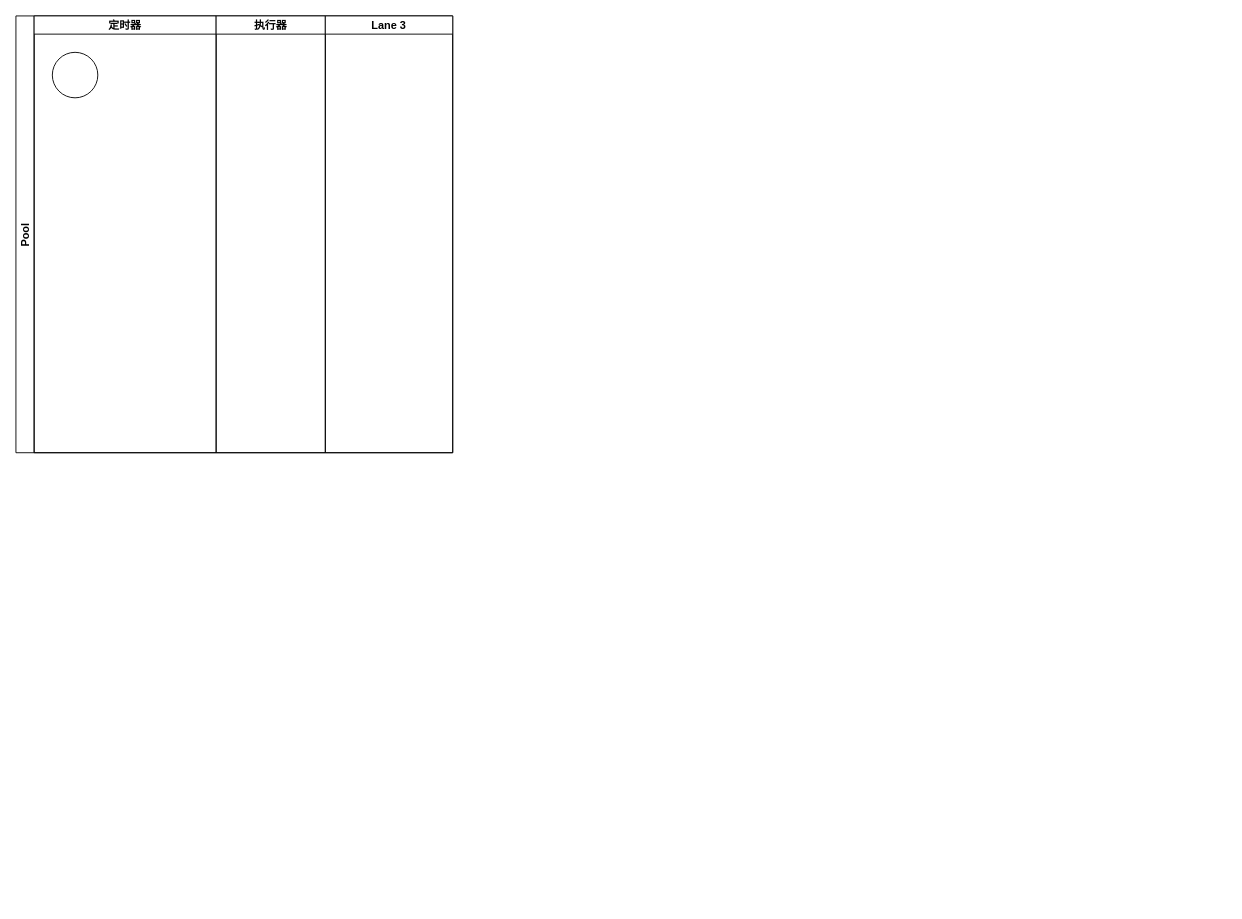
The draw.io diagram 红绿灯.drawio in biuboombiuboom/mydrawio, before the edit. Source tidied: cells renumbered, new cells numbered last; positions are measured from the earlier drawing's top-left corner, leaving out a move shared by most shapes. Both pictures are drawn from the tidied source at 91%, with x=0, y=0 at pixel (15, 15).
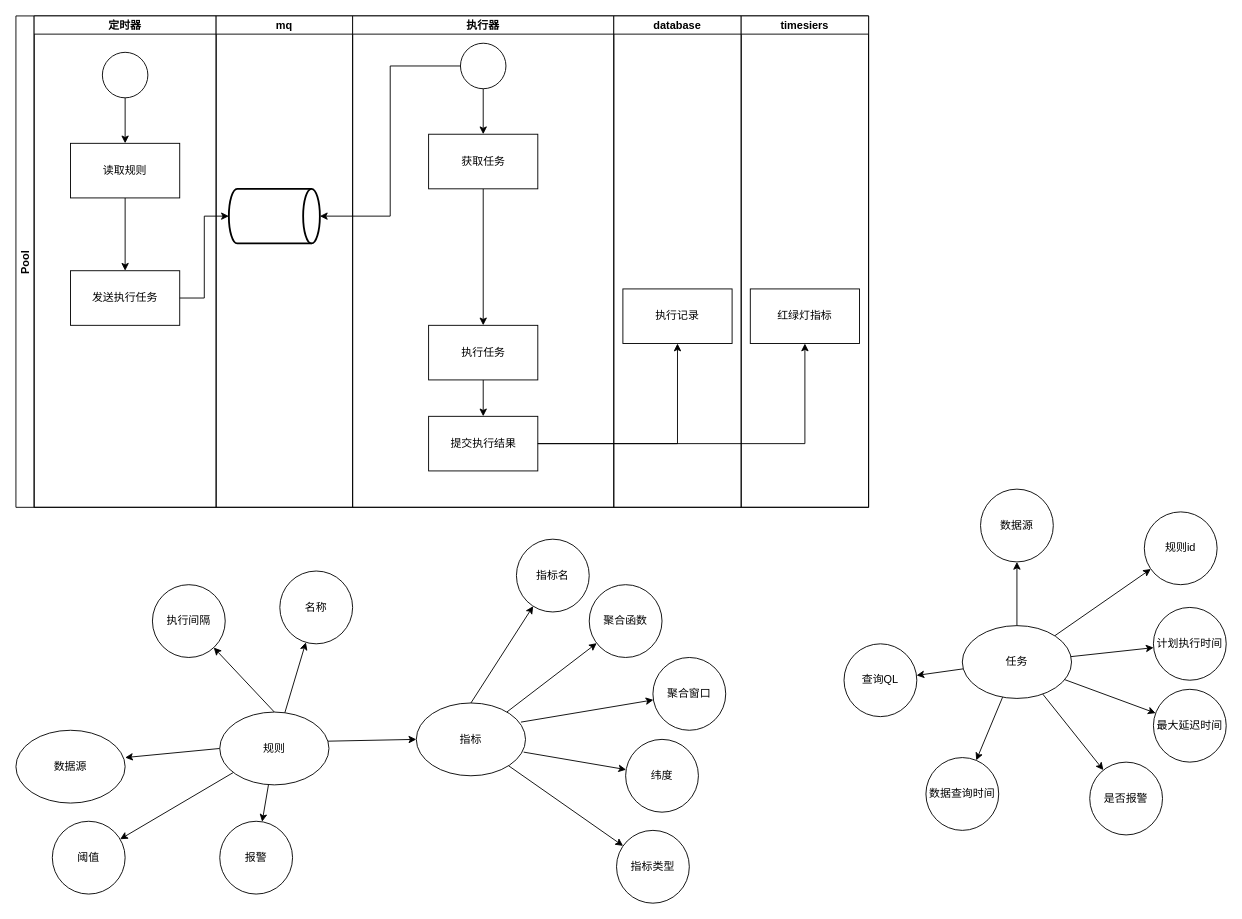
Above is the later version.

Commit message (it also covers changes not shown here):
更新红绿灯.drawio

The edit, as a diff of the source:
```diff
@@
     <mxCell id="2" value="Pool" style="swimlane;startSize=20;horizontal=0;" parent="1" vertex="1">
-      <mxGeometry width="480" height="480" as="geometry" />
+      <mxGeometry width="937" height="540" as="geometry" />
     </mxCell>
     <mxCell id="3" value="定时器" style="swimlane;startSize=20;" parent="2" vertex="1">
-      <mxGeometry x="20" width="200" height="480" as="geometry" />
+      <mxGeometry x="20" width="200" height="540" as="geometry" />
     </mxCell>
+    <mxCell id="7" style="edgeStyle=orthogonalEdgeStyle;rounded=0;jettySize=auto;html=1;" parent="3" edge="1" source="4" target="9">
+      <mxGeometry relative="1" as="geometry" />
+    </mxCell>
     <mxCell id="4" style="ellipse;whiteSpace=wrap;html=1;" parent="3" vertex="1">
-      <mxGeometry x="20" y="40" width="50" height="50" as="geometry" />
+      <mxGeometry x="75" y="40" width="50" height="50" as="geometry" />
     </mxCell>
+    <mxCell id="8" style="edgeStyle=orthogonalEdgeStyle;rounded=0;jettySize=auto;html=1;" parent="3" edge="1" source="9" target="10">
+      <mxGeometry relative="1" as="geometry" />
+    </mxCell>
+    <mxCell id="9" value="读取规则" style="whiteSpace=wrap;html=1;" parent="3" vertex="1">
+      <mxGeometry x="40" y="140" width="120" height="60" as="geometry" />
+    </mxCell>
+    <mxCell id="10" value="发送执行任务" style="whiteSpace=wrap;html=1;" parent="3" vertex="1">
+      <mxGeometry x="40" y="280" width="120" height="60" as="geometry" />
+    </mxCell>
+    <mxCell id="11" value="mq" style="swimlane;startSize=20;" parent="2" vertex="1">
+      <mxGeometry x="220" width="150" height="540" as="geometry" />
+    </mxCell>
+    <mxCell id="12" style="strokeWidth=2;html=1;shape=mxgraph.flowchart.direct_data;whiteSpace=wrap;" parent="11" vertex="1">
+      <mxGeometry x="14" y="190" width="100" height="60" as="geometry" />
+    </mxCell>
     <mxCell id="5" value="执行器" style="swimlane;startSize=20;" parent="2" vertex="1">
-      <mxGeometry x="220" width="120" height="480" as="geometry" />
+      <mxGeometry x="370" width="287" height="540" as="geometry" />
     </mxCell>
+    <mxCell id="13" style="edgeStyle=orthogonalEdgeStyle;rounded=0;jettySize=auto;html=1;" parent="5" edge="1" source="14" target="16">
+      <mxGeometry relative="1" as="geometry" />
+    </mxCell>
+    <mxCell id="14" style="ellipse;whiteSpace=wrap;html=1;" parent="5" vertex="1">
+      <mxGeometry x="118.5" y="30" width="50" height="50" as="geometry" />
+    </mxCell>
+    <mxCell id="15" style="edgeStyle=orthogonalEdgeStyle;rounded=0;jettySize=auto;html=1;entryX=0.5;entryY=0;entryDx=0;entryDy=0;" parent="5" edge="1" source="16" target="18">
+      <mxGeometry relative="1" as="geometry" />
+    </mxCell>
+    <mxCell id="16" value="获取任务" style="whiteSpace=wrap;html=1;" parent="5" vertex="1">
+      <mxGeometry x="83.5" y="130" width="120" height="60" as="geometry" />
+    </mxCell>
+    <mxCell id="17" style="edgeStyle=orthogonalEdgeStyle;rounded=0;jettySize=auto;html=1;" parent="5" edge="1" source="18" target="19">
+      <mxGeometry relative="1" as="geometry" />
+    </mxCell>
+    <mxCell id="18" value="执行任务" style="whiteSpace=wrap;html=1;" parent="5" vertex="1">
+      <mxGeometry x="83.5" y="340" width="120" height="60" as="geometry" />
+    </mxCell>
+    <mxCell id="19" value="提交执行结果" style="whiteSpace=wrap;html=1;" parent="5" vertex="1">
+      <mxGeometry x="83.5" y="440" width="120" height="60" as="geometry" />
+    </mxCell>
-    <mxCell id="6" value="Lane 3" style="swimlane;startSize=20;" parent="2" vertex="1">
-      <mxGeometry x="340" width="140" height="480" as="geometry" />
+    <mxCell id="6" value="database" style="swimlane;startSize=20;" parent="2" vertex="1">
+      <mxGeometry x="657" width="140" height="540" as="geometry" />
     </mxCell>
+    <mxCell id="20" value="执行记录" style="rounded=0;whiteSpace=wrap;html=1;" parent="6" vertex="1">
+      <mxGeometry x="10" y="300" width="120" height="60" as="geometry" />
+    </mxCell>
+    <mxCell id="21" value="timesiers" style="swimlane;startSize=20;" parent="2" vertex="1">
+      <mxGeometry x="797" width="140" height="540" as="geometry" />
+    </mxCell>
+    <mxCell id="22" value="红绿灯指标" style="rounded=0;whiteSpace=wrap;html=1;" parent="21" vertex="1">
+      <mxGeometry x="10" y="300" width="120" height="60" as="geometry" />
+    </mxCell>
+    <mxCell id="23" style="edgeStyle=orthogonalEdgeStyle;rounded=0;jettySize=auto;html=1;entryX=0;entryY=0.5;entryDx=0;entryDy=0;entryPerimeter=0;" parent="2" edge="1" source="10" target="12">
+      <mxGeometry relative="1" as="geometry" />
+    </mxCell>
+    <mxCell id="24" style="edgeStyle=orthogonalEdgeStyle;rounded=0;jettySize=auto;html=1;entryX=1;entryY=0.5;entryDx=0;entryDy=0;entryPerimeter=0;" parent="2" edge="1" source="14" target="12">
+      <mxGeometry relative="1" as="geometry" />
+    </mxCell>
+    <mxCell id="25" style="edgeStyle=orthogonalEdgeStyle;rounded=0;jettySize=auto;html=1;entryX=0.5;entryY=1;entryDx=0;entryDy=0;" parent="2" edge="1" source="19" target="20">
+      <mxGeometry relative="1" as="geometry" />
+    </mxCell>
+    <mxCell id="26" style="edgeStyle=orthogonalEdgeStyle;rounded=0;jettySize=auto;html=1;entryX=0.5;entryY=1;entryDx=0;entryDy=0;" parent="2" edge="1" source="19" target="22">
+      <mxGeometry relative="1" as="geometry" />
+    </mxCell>
+    <mxCell id="27" style="rounded=0;jettySize=auto;html=1;exitX=0;exitY=0.5;exitDx=0;exitDy=0;entryX=1;entryY=0.375;entryDx=0;entryDy=0;entryPerimeter=0;" parent="1" edge="1" source="41" target="45">
+      <mxGeometry relative="1" as="geometry" />
+    </mxCell>
+    <mxCell id="28" style="rounded=0;jettySize=auto;html=1;exitX=0.5;exitY=0;exitDx=0;exitDy=0;" parent="1" edge="1" source="41" target="30">
+      <mxGeometry relative="1" as="geometry" />
+    </mxCell>
+    <mxCell id="29" style="edgeStyle=none;rounded=0;jettySize=auto;html=1;entryX=0;entryY=0.5;entryDx=0;entryDy=0;exitX=0.983;exitY=0.4;exitDx=0;exitDy=0;exitPerimeter=0;" parent="1" edge="1" source="41" target="44">
+      <mxGeometry relative="1" as="geometry" />
+    </mxCell>
+    <mxCell id="30" value="执行间隔" style="ellipse;whiteSpace=wrap;html=1;" parent="1" vertex="1">
+      <mxGeometry x="150" y="625" width="80" height="80" as="geometry" />
+    </mxCell>
+    <mxCell id="31" style="edgeStyle=none;rounded=0;jettySize=auto;html=1;" parent="1" edge="1" source="44" target="35">
+      <mxGeometry relative="1" as="geometry" />
+    </mxCell>
+    <mxCell id="32" style="edgeStyle=none;rounded=0;jettySize=auto;html=1;exitX=0.5;exitY=0;exitDx=0;exitDy=0;" parent="1" edge="1" source="44" target="42">
+      <mxGeometry relative="1" as="geometry" />
+    </mxCell>
+    <mxCell id="33" style="edgeStyle=none;rounded=0;jettySize=auto;html=1;exitX=0.983;exitY=0.675;exitDx=0;exitDy=0;exitPerimeter=0;" parent="1" edge="1" source="44" target="36">
+      <mxGeometry relative="1" as="geometry" />
+    </mxCell>
+    <mxCell id="34" style="edgeStyle=none;rounded=0;jettySize=auto;html=1;exitX=0.958;exitY=0.263;exitDx=0;exitDy=0;exitPerimeter=0;" parent="1" edge="1" source="44" target="37">
+      <mxGeometry relative="1" as="geometry" />
+    </mxCell>
+    <mxCell id="35" value="聚合函数" style="ellipse;whiteSpace=wrap;html=1;" parent="1" vertex="1">
+      <mxGeometry x="630" y="625" width="80" height="80" as="geometry" />
+    </mxCell>
+    <mxCell id="36" value="纬度" style="ellipse;whiteSpace=wrap;html=1;" parent="1" vertex="1">
+      <mxGeometry x="670" y="795" width="80" height="80" as="geometry" />
+    </mxCell>
+    <mxCell id="37" value="聚合窗口" style="ellipse;whiteSpace=wrap;html=1;" parent="1" vertex="1">
+      <mxGeometry x="700" y="705" width="80" height="80" as="geometry" />
+    </mxCell>
+    <mxCell id="38" style="edgeStyle=none;rounded=0;jettySize=auto;html=1;" parent="1" edge="1" source="41" target="47">
+      <mxGeometry relative="1" as="geometry" />
+    </mxCell>
+    <mxCell id="39" style="edgeStyle=none;rounded=0;jettySize=auto;html=1;" parent="1" edge="1" source="41" target="48">
+      <mxGeometry relative="1" as="geometry" />
+    </mxCell>
+    <mxCell id="40" style="edgeStyle=none;rounded=0;jettySize=auto;html=1;" parent="1" edge="1" source="41" target="49">
+      <mxGeometry relative="1" as="geometry" />
+    </mxCell>
+    <mxCell id="41" value="规则" style="ellipse;whiteSpace=wrap;html=1;" parent="1" vertex="1">
+      <mxGeometry x="224" y="765" width="120" height="80" as="geometry" />
+    </mxCell>
+    <mxCell id="42" value="指标名" style="ellipse;whiteSpace=wrap;html=1;" parent="1" vertex="1">
+      <mxGeometry x="550" y="575" width="80" height="80" as="geometry" />
+    </mxCell>
+    <mxCell id="43" style="edgeStyle=none;rounded=0;jettySize=auto;html=1;" parent="1" edge="1" source="44" target="46">
+      <mxGeometry relative="1" as="geometry" />
+    </mxCell>
+    <mxCell id="44" value="指标" style="ellipse;whiteSpace=wrap;html=1;" parent="1" vertex="1">
+      <mxGeometry x="440" y="755" width="120" height="80" as="geometry" />
+    </mxCell>
+    <mxCell id="45" value="数据源" style="ellipse;whiteSpace=wrap;html=1;" parent="1" vertex="1">
+      <mxGeometry y="785" width="120" height="80" as="geometry" />
+    </mxCell>
+    <mxCell id="46" value="指标类型" style="ellipse;whiteSpace=wrap;html=1;" parent="1" vertex="1">
+      <mxGeometry x="660" y="895" width="80" height="80" as="geometry" />
+    </mxCell>
+    <mxCell id="47" value="阈值" style="ellipse;whiteSpace=wrap;html=1;" parent="1" vertex="1">
+      <mxGeometry x="40" y="885" width="80" height="80" as="geometry" />
+    </mxCell>
+    <mxCell id="48" value="报警" style="ellipse;whiteSpace=wrap;html=1;" parent="1" vertex="1">
+      <mxGeometry x="224" y="885" width="80" height="80" as="geometry" />
+    </mxCell>
+    <mxCell id="49" value="名称" style="ellipse;whiteSpace=wrap;html=1;" parent="1" vertex="1">
+      <mxGeometry x="290" y="610" width="80" height="80" as="geometry" />
+    </mxCell>
+    <mxCell id="50" style="edgeStyle=none;rounded=0;jettySize=auto;html=1;" parent="1" edge="1" source="57" target="58">
+      <mxGeometry relative="1" as="geometry" />
+    </mxCell>
+    <mxCell id="51" style="edgeStyle=none;rounded=0;jettySize=auto;html=1;" parent="1" edge="1" source="57" target="59">
+      <mxGeometry relative="1" as="geometry" />
+    </mxCell>
+    <mxCell id="52" style="edgeStyle=none;rounded=0;jettySize=auto;html=1;" parent="1" edge="1" source="57" target="60">
+      <mxGeometry relative="1" as="geometry" />
+    </mxCell>
+    <mxCell id="53" style="edgeStyle=none;rounded=0;jettySize=auto;html=1;" parent="1" edge="1" source="57" target="61">
+      <mxGeometry relative="1" as="geometry" />
+    </mxCell>
+    <mxCell id="54" style="edgeStyle=none;rounded=0;jettySize=auto;html=1;" parent="1" edge="1" source="57" target="62">
+      <mxGeometry relative="1" as="geometry" />
+    </mxCell>
+    <mxCell id="55" style="edgeStyle=none;rounded=0;jettySize=auto;html=1;" parent="1" edge="1" source="57" target="63">
+      <mxGeometry relative="1" as="geometry" />
+    </mxCell>
+    <mxCell id="56" style="edgeStyle=none;rounded=0;jettySize=auto;html=1;" parent="1" edge="1" source="57" target="64">
+      <mxGeometry relative="1" as="geometry" />
+    </mxCell>
+    <mxCell id="57" value="任务" style="ellipse;whiteSpace=wrap;html=1;" parent="1" vertex="1">
+      <mxGeometry x="1040" y="670" width="120" height="80" as="geometry" />
+    </mxCell>
+    <mxCell id="58" value="规则id" style="ellipse;whiteSpace=wrap;html=1;" parent="1" vertex="1">
+      <mxGeometry x="1240" y="545" width="80" height="80" as="geometry" />
+    </mxCell>
+    <mxCell id="59" value="计划执行时间" style="ellipse;whiteSpace=wrap;html=1;" parent="1" vertex="1">
+      <mxGeometry x="1250" y="650" width="80" height="80" as="geometry" />
+    </mxCell>
+    <mxCell id="60" value="最大延迟时间" style="ellipse;whiteSpace=wrap;html=1;" parent="1" vertex="1">
+      <mxGeometry x="1250" y="740" width="80" height="80" as="geometry" />
+    </mxCell>
+    <mxCell id="61" value="是否报警" style="ellipse;whiteSpace=wrap;html=1;" parent="1" vertex="1">
+      <mxGeometry x="1180" y="820" width="80" height="80" as="geometry" />
+    </mxCell>
+    <mxCell id="62" value="数据源" style="ellipse;whiteSpace=wrap;html=1;" parent="1" vertex="1">
+      <mxGeometry x="1060" y="520" width="80" height="80" as="geometry" />
+    </mxCell>
+    <mxCell id="63" value="查询QL" style="ellipse;whiteSpace=wrap;html=1;" parent="1" vertex="1">
+      <mxGeometry x="910" y="690" width="80" height="80" as="geometry" />
+    </mxCell>
+    <mxCell id="64" value="数据查询时间" style="ellipse;whiteSpace=wrap;html=1;" parent="1" vertex="1">
+      <mxGeometry x="1000" y="815" width="80" height="80" as="geometry" />
+    </mxCell>
```
